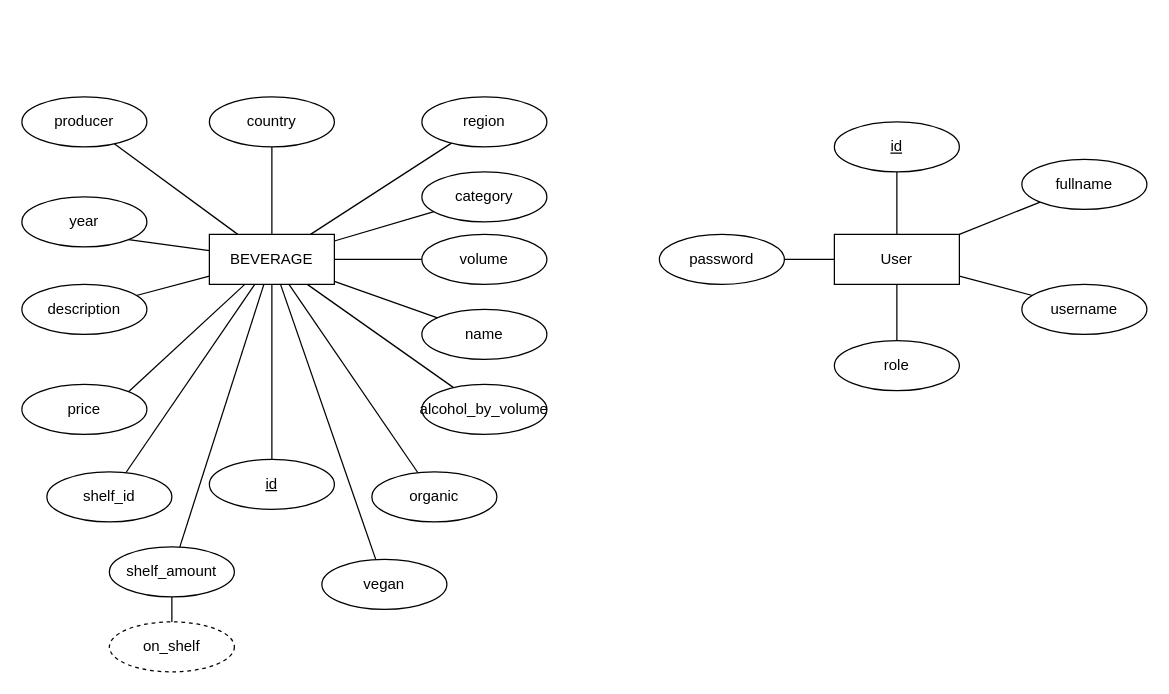
Earlier version of the draw.io diagram ER.drawio (moaberglund/fullstack-project). Source tidied: cells renumbered, new cells numbered last; positions are measured from the earlier drawing's top-left corner, leaving out a move shared by most shapes. Both pictures are drawn from the tidied source at 125%, with x=0, y=0 at pixel (21, 96).
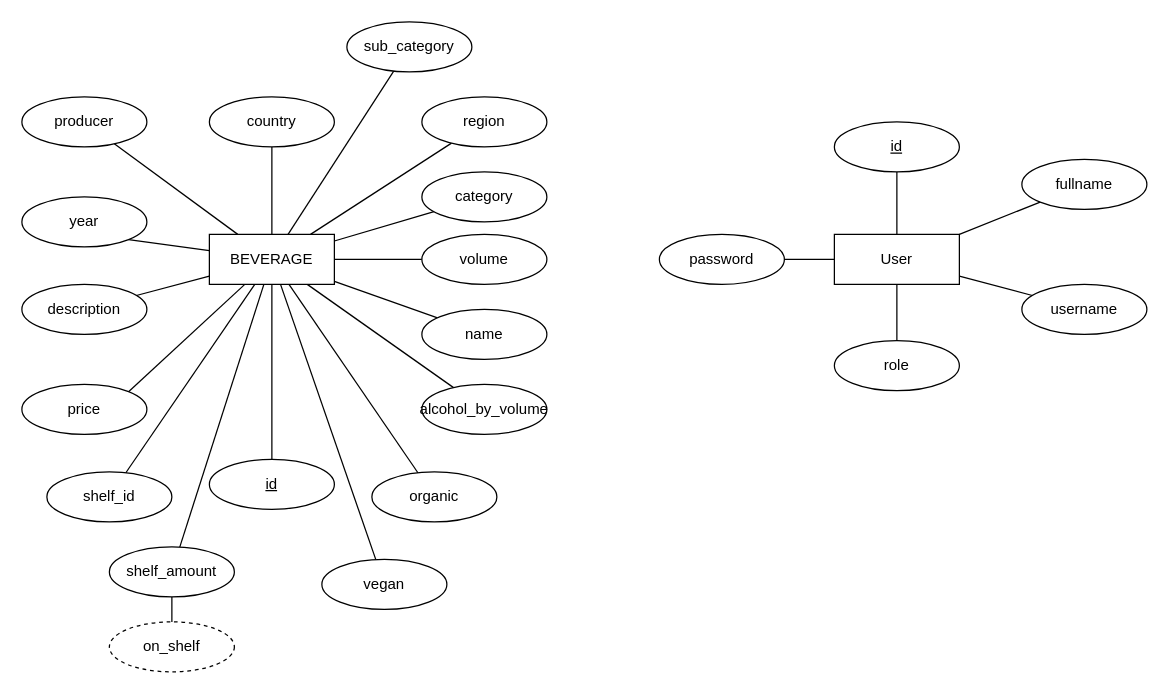
The same diagram, later.

Commit message (it also covers changes not shown here):
add sub-category

The change refers to these unchanged cells:
```xml
<mxCell id="13" value="BEVERAGE" style="whiteSpace=wrap;html=1;align=center;" parent="1" vertex="1">
  <mxGeometry x="150" y="110" width="100" height="40" as="geometry" />
</mxCell>
```

Diff of the diagram source:
```diff
@@
+    <mxCell id="46" style="edgeStyle=none;html=1;endArrow=none;endFill=0;" parent="1" edge="1" source="13" target="47">
+      <mxGeometry relative="1" as="geometry" />
+    </mxCell>
@@
+    <mxCell id="47" value="sub_category" style="ellipse;whiteSpace=wrap;html=1;align=center;" parent="1" vertex="1">
+      <mxGeometry x="260" y="-60" width="100" height="40" as="geometry" />
+    </mxCell>
```
